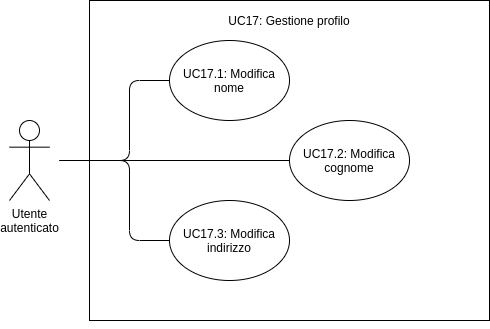
Above: Images/AnalisiRequisiti/UC17.png in techsweave/TechSWEaveDocumentation (draw.io), before the change. Source tidied: cells renumbered, new cells last; positions are measured from the earlier drawing's top-left corner, leaving out a move shared by most shapes.
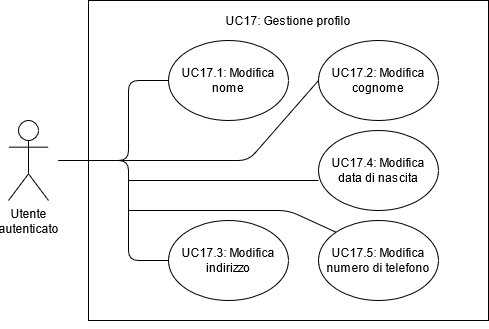
Above is the later version.

The edit, as a diff of the source:
```diff
@@ -28,23 +28,45 @@
         <mxPoint x="50" y="160" as="sourcePoint" />
         <Array as="points">
           <mxPoint x="120" y="160" />
-          <mxPoint x="120" y="240" />
+          <mxPoint x="120" y="260" />
         </Array>
       </mxGeometry>
     </mxCell>
     <mxCell id="8" value="&lt;span&gt;UC17.3:&amp;nbsp;Modifica indirizzo&lt;/span&gt;" style="ellipse;whiteSpace=wrap;html=1;fillColor=none;" parent="1" vertex="1">
-      <mxGeometry x="160" y="200" width="120" height="80" as="geometry" />
+      <mxGeometry x="160" y="220" width="120" height="80" as="geometry" />
     </mxCell>
     <mxCell id="9" value="UC17.2:&amp;nbsp;Modifica cognome" style="ellipse;whiteSpace=wrap;html=1;fillColor=none;" parent="1" vertex="1">
-      <mxGeometry x="280" y="120" width="120" height="80" as="geometry" />
+      <mxGeometry x="310" y="40" width="120" height="80" as="geometry" />
     </mxCell>
     <mxCell id="10" style="endArrow=none;html=1;exitX=0;exitY=0.5;exitDx=0;exitDy=0;" parent="1" edge="1" source="9">
       <mxGeometry relative="1" as="geometry">
         <mxPoint x="50" y="160" as="targetPoint" />
+        <Array as="points">
+          <mxPoint x="240" y="160" />
+        </Array>
       </mxGeometry>
     </mxCell>
     <mxCell id="11" style="edgeStyle=orthogonalEdgeStyle;rounded=0;orthogonalLoop=1;jettySize=auto;html=1;exitX=0.5;exitY=1;exitDx=0;exitDy=0;" parent="1" edge="1" source="2" target="2">
       <mxGeometry relative="1" as="geometry" />
     </mxCell>
+    <mxCell id="12" value="&lt;div&gt;UC17.5:&amp;nbsp;Modifica numero di telefono&lt;/div&gt;" style="ellipse;whiteSpace=wrap;html=1;fillColor=none;" parent="1" vertex="1">
+      <mxGeometry x="310" y="220" width="120" height="80" as="geometry" />
+    </mxCell>
+    <mxCell id="13" value="UC17.4:&amp;nbsp;Modifica data di nascita" style="ellipse;whiteSpace=wrap;html=1;fillColor=none;" parent="1" vertex="1">
+      <mxGeometry x="310" y="130" width="120" height="80" as="geometry" />
+    </mxCell>
+    <mxCell id="14" style="endArrow=none;html=1;entryX=0;entryY=0.625;entryDx=0;entryDy=0;entryPerimeter=0;" parent="1" edge="1" target="13">
+      <mxGeometry relative="1" as="geometry">
+        <mxPoint x="120" y="180" as="sourcePoint" />
+      </mxGeometry>
+    </mxCell>
+    <mxCell id="15" style="endArrow=none;html=1;entryX=0;entryY=0;entryDx=0;entryDy=0;" parent="1" edge="1" target="12">
+      <mxGeometry relative="1" as="geometry">
+        <mxPoint x="120" y="210" as="sourcePoint" />
+        <Array as="points">
+          <mxPoint x="280" y="210" />
+        </Array>
+      </mxGeometry>
+    </mxCell>
   </root>
 </mxGraphModel>
```
